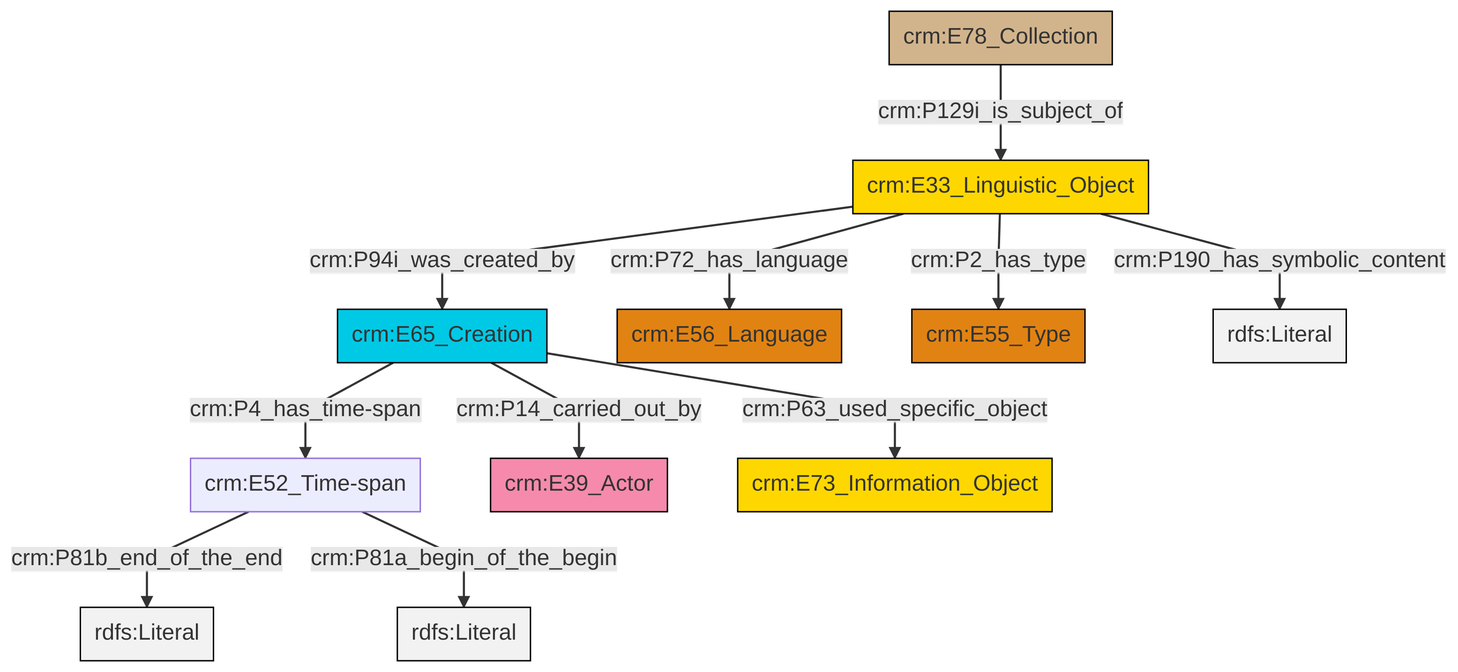
Before: et/archivalCSV/ttl/mmd/png/archival_desc.png, a diagram exported from Mermaid (swiss-art-research-net/docs.swissartresearch). Its source is kept beside it as et/archivalCSV/ttl/mmd/archival_desc.ttl.mmd.
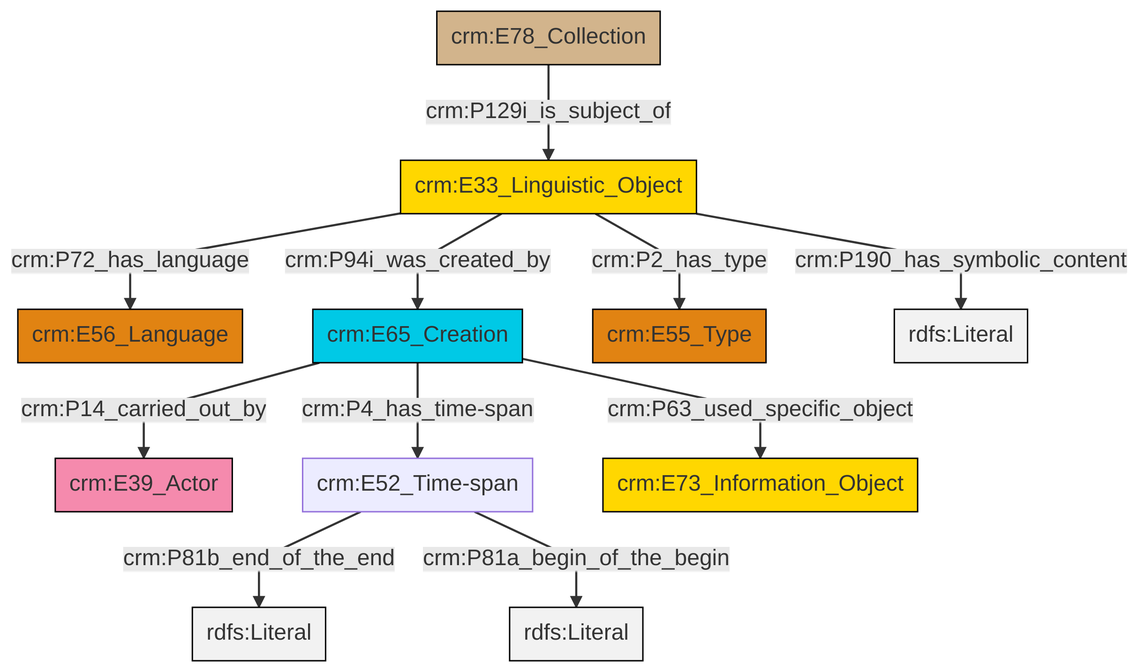
The same diagram one commit later.

What changed in the source:
```diff
@@ -13,13 +13,13 @@
 classDef PC_Classes fill:#4ce600, stroke:#000000;
 classDef Multi fill:#cccccc,stroke:#000000;
 
-4["crm:E52_Time-span"]:::Default -->|crm:P81b_end_of_the_end| 5[rdfs:Literal]:::Literal
-2["crm:E78_Collection"]:::Physical_Thing -->|crm:P129i_is_subject_of| 0["crm:E33_Linguistic_Object"]:::Conceptual_Object
-0["crm:E33_Linguistic_Object"]:::Conceptual_Object -->|crm:P94i_was_created_by| 7["crm:E65_Creation"]:::Temporal_Entity
-7["crm:E65_Creation"]:::Temporal_Entity -->|crm:P14_carried_out_by| 8["crm:E39_Actor"]:::Actor
-0["crm:E33_Linguistic_Object"]:::Conceptual_Object -->|crm:P72_has_language| 10["crm:E56_Language"]:::Type
-0["crm:E33_Linguistic_Object"]:::Conceptual_Object -->|crm:P2_has_type| 12["crm:E55_Type"]:::Type
-0["crm:E33_Linguistic_Object"]:::Conceptual_Object -->|crm:P190_has_symbolic_content| 13[rdfs:Literal]:::Literal
-7["crm:E65_Creation"]:::Temporal_Entity -->|crm:P63_used_specific_object| 16["crm:E73_Information_Object"]:::Conceptual_Object
-7["crm:E65_Creation"]:::Temporal_Entity -->|crm:P4_has_time-span| 4["crm:E52_Time-span"]:::Default
-4["crm:E52_Time-span"]:::Default -->|crm:P81a_begin_of_the_begin| 18[rdfs:Literal]:::Literal
+2["crm:E33_Linguistic_Object"]:::Conceptual_Object -->|crm:P72_has_language| 0["crm:E56_Language"]:::Type
+8["crm:E65_Creation"]:::Temporal_Entity -->|crm:P14_carried_out_by| 6["crm:E39_Actor"]:::Actor
+2["crm:E33_Linguistic_Object"]:::Conceptual_Object -->|crm:P190_has_symbolic_content| 11[rdfs:Literal]:::Literal
+2["crm:E33_Linguistic_Object"]:::Conceptual_Object -->|crm:P2_has_type| 9["crm:E55_Type"]:::Type
+8["crm:E65_Creation"]:::Temporal_Entity -->|crm:P4_has_time-span| 12["crm:E52_Time-span"]:::Default
+8["crm:E65_Creation"]:::Temporal_Entity -->|crm:P63_used_specific_object| 14["crm:E73_Information_Object"]:::Conceptual_Object
+2["crm:E33_Linguistic_Object"]:::Conceptual_Object -->|crm:P94i_was_created_by| 8["crm:E65_Creation"]:::Temporal_Entity
+12["crm:E52_Time-span"]:::Default -->|crm:P81b_end_of_the_end| 15[rdfs:Literal]:::Literal
+4["crm:E78_Collection"]:::Physical_Thing -->|crm:P129i_is_subject_of| 2["crm:E33_Linguistic_Object"]:::Conceptual_Object
+12["crm:E52_Time-span"]:::Default -->|crm:P81a_begin_of_the_begin| 18[rdfs:Literal]:::Literal
```
